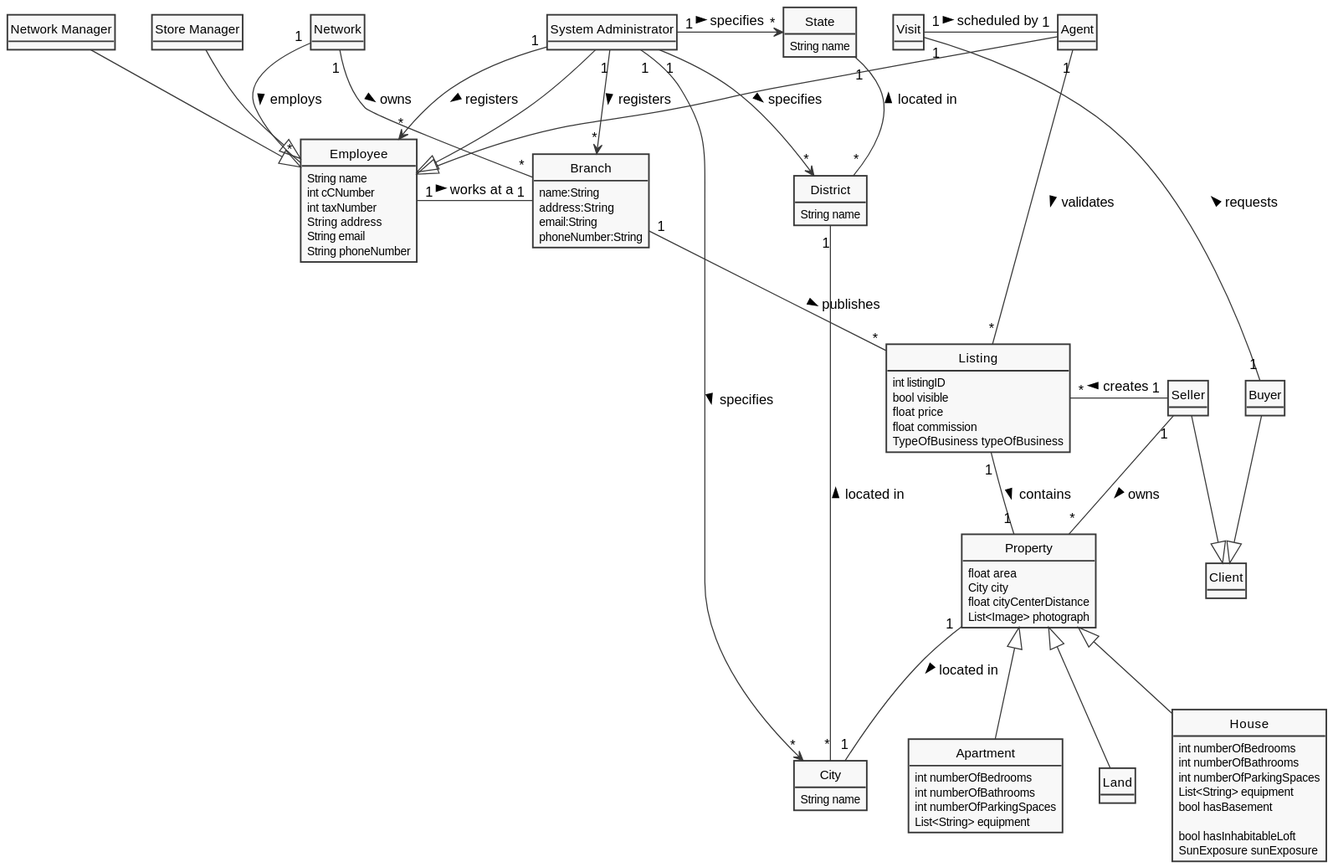
This is docs/sprintB/global-artifacts/02.analysis/svg/project-domain-model.svg from tiagohcorreia/LAPR2, a PlantUML export, as it was before one commit.
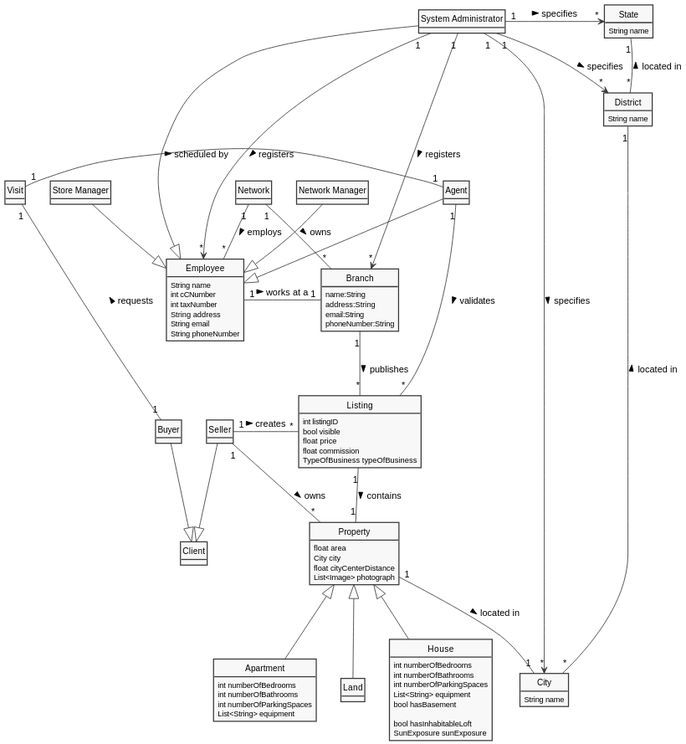
The same file after the commit.

What changed in the source:
```diff
@@ -29,8 +29,8 @@
 
 Employee "1" - "1" Branch: works at a >
 
-"System Administrator" "1" --> "*" Employee: registers >
-"System Administrator" "1" -> "*" Branch: registers >
+"System Administrator" "1" ----> "*" Employee: registers >
+"System Administrator" "1" ---> "*" Branch: registers >
 
 
 "System Administrator" "1" -> "*" State: specifies >
```
